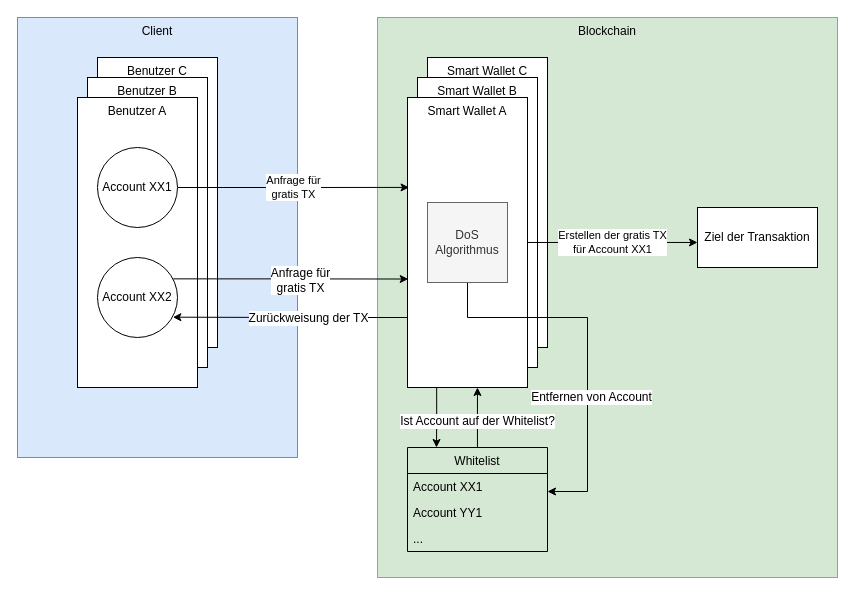
The draw.io diagram Report/images/src/solution1.drawio in Geryones/BlockChain_TransactionManager, before the edit. Source tidied: cells renumbered, new cells numbered last; positions are measured from the earlier drawing's top-left corner, leaving out a move shared by most shapes. Both pictures are drawn from the tidied source at 100%, with x=0, y=0 at pixel (17, 17).
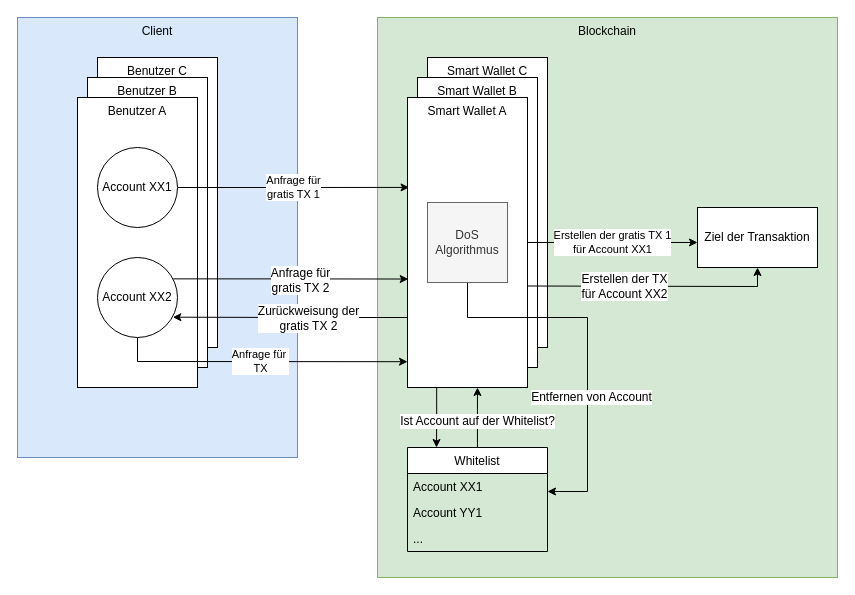
The same page after the edit.

Unchanged cells that the change refers to:
```xml
<mxCell id="8" value="Account XX1" style="ellipse;whiteSpace=wrap;html=1;" parent="1" vertex="1">
  <mxGeometry x="80" y="130" width="80" height="80" as="geometry" />
</mxCell>
<mxCell id="9" style="edgeStyle=orthogonalEdgeStyle;rounded=0;jettySize=auto;html=1;exitX=0.946;exitY=0.267;exitDx=0;exitDy=0;exitPerimeter=0;entryX=0.006;entryY=0.626;entryDx=0;entryDy=0;entryPerimeter=0;" parent="1" edge="1" source="11" target="18">
  <mxGeometry relative="1" as="geometry" />
</mxCell>
<mxCell id="11" value="Account XX2" style="ellipse;whiteSpace=wrap;html=1;" parent="1" vertex="1">
  <mxGeometry x="80" y="240" width="80" height="80" as="geometry" />
</mxCell>
<mxCell id="16" style="edgeStyle=orthogonalEdgeStyle;rounded=0;jettySize=auto;html=1;entryX=0.942;entryY=0.746;entryDx=0;entryDy=0;entryPerimeter=0;exitX=0.008;exitY=0.797;exitDx=0;exitDy=0;exitPerimeter=0;" parent="1" edge="1" source="18" target="11">
  <mxGeometry relative="1" as="geometry">
    <Array as="points">
      <mxPoint x="391" y="300" />
      <mxPoint x="275" y="300" />
    </Array>
  </mxGeometry>
</mxCell>
<mxCell id="18" value="Smart Wallet A" style="rounded=0;whiteSpace=wrap;html=1;verticalAlign=top;" parent="1" vertex="1">
  <mxGeometry x="390" y="80" width="120" height="290" as="geometry" />
</mxCell>
<mxCell id="22" value="Ziel der Transaktion" style="rounded=0;whiteSpace=wrap;html=1;" parent="1" vertex="1">
  <mxGeometry x="680" y="190" width="120" height="60" as="geometry" />
</mxCell>
```

Change to the diagram source:
```diff
@@
-    <mxCell id="7" value="Anfrage für&lt;br&gt;gratis TX" style="edgeStyle=orthogonalEdgeStyle;rounded=0;jettySize=auto;html=1;entryX=0.013;entryY=0.31;entryDx=0;entryDy=0;entryPerimeter=0;" parent="1" edge="1" source="8" target="18">
+    <mxCell id="7" value="Anfrage für&lt;br&gt;gratis TX 1" style="edgeStyle=orthogonalEdgeStyle;rounded=0;jettySize=auto;html=1;entryX=0.013;entryY=0.31;entryDx=0;entryDy=0;entryPerimeter=0;" parent="1" edge="1" source="8" target="18">
       <mxGeometry relative="1" as="geometry" />
     </mxCell>
@@
-    <mxCell id="10" value="Anfrage für&lt;br&gt;gratis TX" style="text;html=1;align=center;verticalAlign=middle;labelBackgroundColor=#ffffff;" parent="9" vertex="1">
+    <mxCell id="10" value="Anfrage für&lt;br&gt;gratis TX 2" style="text;html=1;align=center;verticalAlign=middle;labelBackgroundColor=#ffffff;" parent="9" vertex="1">
       <mxGeometry x="0.08" y="-1" relative="1" as="geometry" />
     </mxCell>
@@
-    <mxCell id="15" value="Erstellen der gratis TX&lt;br&gt;für Account XX1" style="edgeStyle=orthogonalEdgeStyle;rounded=0;jettySize=auto;html=1;entryX=0;entryY=0.583;entryDx=0;entryDy=0;entryPerimeter=0;" parent="1" edge="1" source="18" target="22">
+    <mxCell id="15" value="Erstellen der gratis TX 1&lt;br&gt;für Account XX1" style="edgeStyle=orthogonalEdgeStyle;rounded=0;jettySize=auto;html=1;entryX=0;entryY=0.583;entryDx=0;entryDy=0;entryPerimeter=0;" parent="1" edge="1" source="18" target="22">
       <mxGeometry relative="1" as="geometry" />
     </mxCell>
@@
-    <mxCell id="17" value="Zurückweisung der TX" style="text;html=1;align=center;verticalAlign=middle;labelBackgroundColor=#ffffff;" parent="16" vertex="1">
+    <mxCell id="17" value="Zurückweisung der &lt;br&gt;gratis TX 2" style="text;html=1;align=center;verticalAlign=middle;labelBackgroundColor=#ffffff;" parent="16" vertex="1">
       <mxGeometry x="0.1" y="1" relative="1" as="geometry">
         <mxPoint x="24.1" as="offset" />
       </mxGeometry>
     </mxCell>
@@
-    <mxCell id="25" value="Whitelist" style="swimlane;fontStyle=0;horizontal=1;startSize=26;fillColor=none;" parent="1" vertex="1">
+    <mxCell id="25" value="Whitelist" style="swimlane;fontStyle=0;horizontal=1;startSize=26;" parent="1" vertex="1">
       <mxGeometry x="390" y="430" width="140" height="104" as="geometry" />
     </mxCell>
@@
+    <mxCell id="29" value="Anfrage für&amp;nbsp;&lt;br&gt;TX" style="endArrow=classic;html=1;exitX=0.5;exitY=1;exitDx=0;exitDy=0;entryX=0;entryY=0.911;entryDx=0;entryDy=0;entryPerimeter=0;rounded=0;" parent="1" edge="1" source="11" target="18">
+      <mxGeometry relative="1" as="geometry">
+        <Array as="points">
+          <mxPoint x="120" y="344" />
+        </Array>
+      </mxGeometry>
+    </mxCell>
+    <mxCell id="30" style="endArrow=classic;html=1;entryX=0.5;entryY=1;entryDx=0;entryDy=0;exitX=1;exitY=0.65;exitDx=0;exitDy=0;exitPerimeter=0;rounded=0;" parent="1" edge="1" source="18" target="22">
+      <mxGeometry relative="1" as="geometry">
+        <Array as="points">
+          <mxPoint x="740" y="269" />
+        </Array>
+      </mxGeometry>
+    </mxCell>
+    <mxCell id="31" value="Erstellen der TX&lt;br&gt;für Account XX2" style="text;html=1;align=center;verticalAlign=middle;labelBackgroundColor=#ffffff;" parent="30" vertex="1">
+      <mxGeometry x="-0.22" relative="1" as="geometry" />
+    </mxCell>
```
